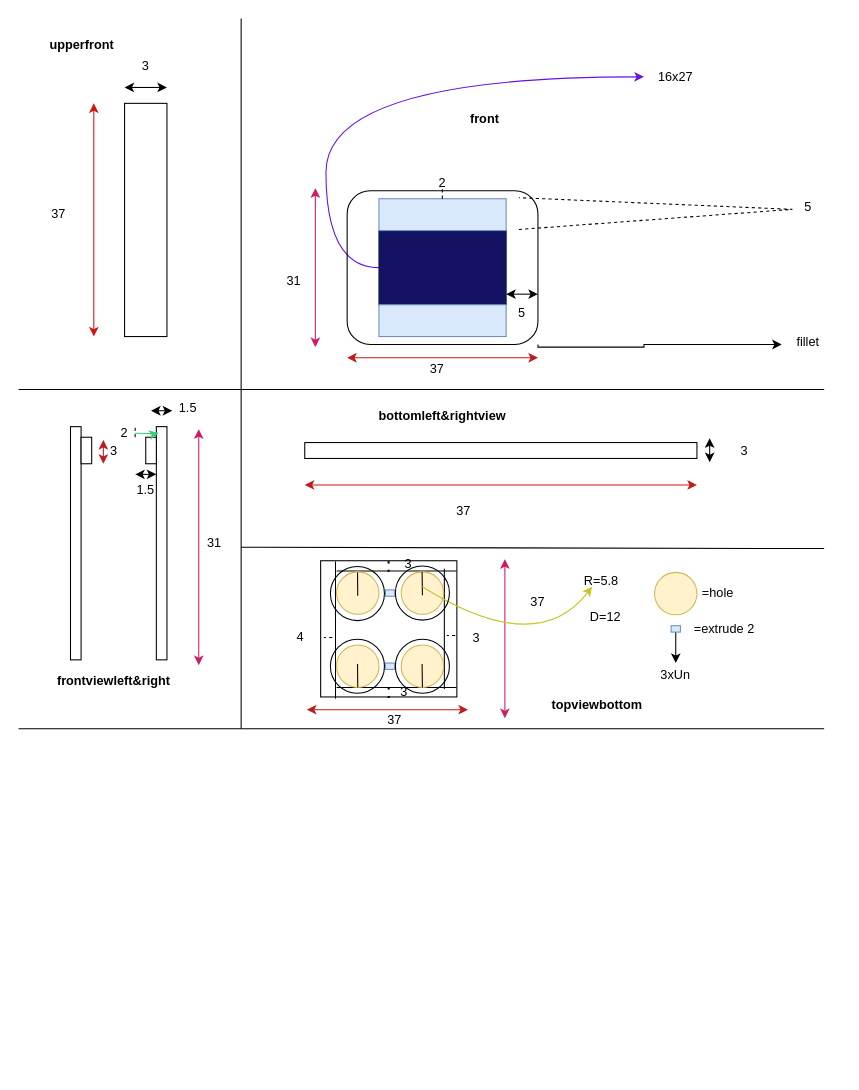
Before: outer design.drawio in ovishak777/Epoxy, a draw.io diagram. Source tidied: cells renumbered, new cells numbered last; positions are measured from the earlier drawing's top-left corner, leaving out a move shared by most shapes. Both pictures are drawn from the tidied source at 106%, with x=0, y=0 at pixel (18, 18).
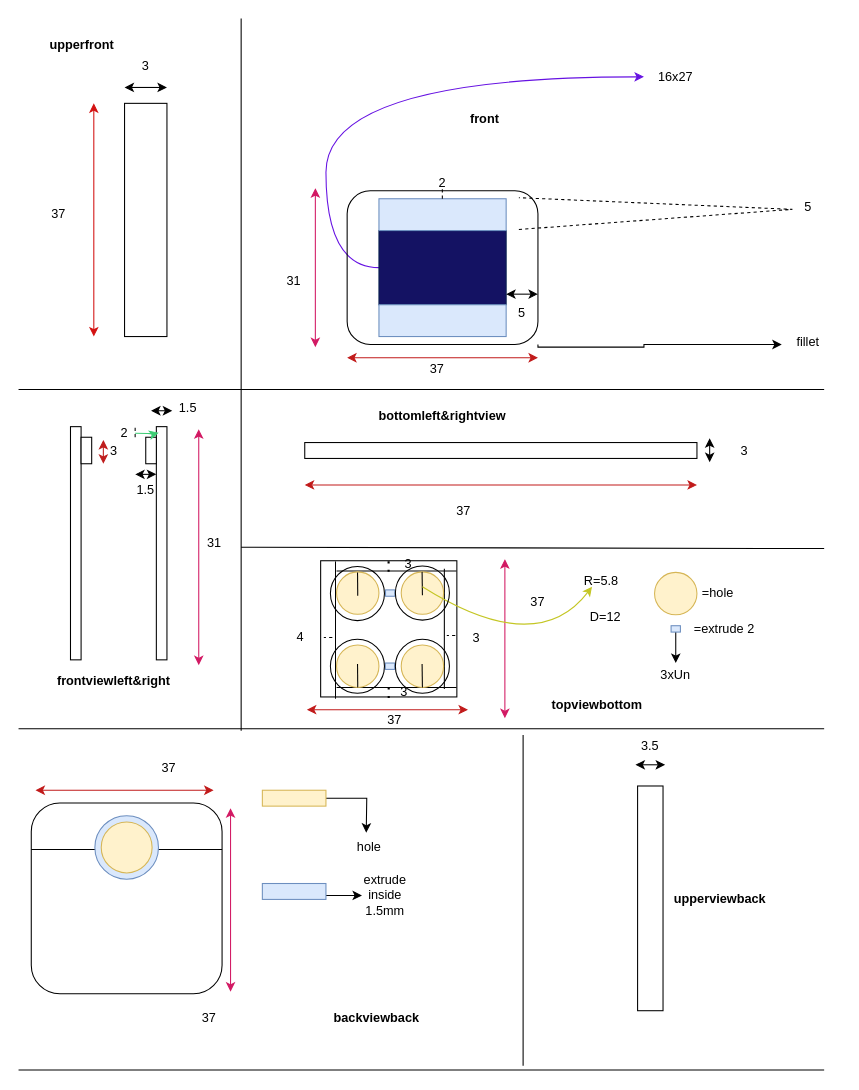
The same page after the edit.

The edit, as a diff of the source:
```diff
@@
     <mxCell id="22" style="endArrow=none;html=1;rounded=0;" parent="1" edge="1">
       <mxGeometry relative="1" as="geometry">
-        <mxPoint x="210" y="670" as="sourcePoint" />
+        <mxPoint x="210" y="672" as="sourcePoint" />
         <mxPoint x="210" as="targetPoint" />
       </mxGeometry>
     </mxCell>
@@
+    <mxCell id="94" style="endArrow=none;html=1;rounded=0;" parent="1" edge="1">
+      <mxGeometry relative="1" as="geometry">
+        <mxPoint y="992" as="sourcePoint" />
+        <mxPoint x="760" y="992" as="targetPoint" />
+      </mxGeometry>
+    </mxCell>
+    <mxCell id="95" style="whiteSpace=wrap;html=1;rounded=1;" parent="1" vertex="1">
+      <mxGeometry x="12" y="740" width="180" height="180" as="geometry" />
+    </mxCell>
+    <mxCell id="96" style="endArrow=classic;startArrow=classic;html=1;rounded=0;strokeColor=light-dark(#d21963, #ededed);" parent="1" edge="1">
+      <mxGeometry relative="1" as="geometry">
+        <mxPoint x="200" y="918" as="sourcePoint" />
+        <mxPoint x="200" y="745" as="targetPoint" />
+      </mxGeometry>
+    </mxCell>
+    <mxCell id="97" style="endArrow=classic;startArrow=classic;html=1;rounded=0;strokeColor=light-dark(#c11a1a, #ededed);" parent="1" edge="1">
+      <mxGeometry relative="1" as="geometry">
+        <mxPoint x="16" y="728" as="sourcePoint" />
+        <mxPoint x="184" y="728" as="targetPoint" />
+      </mxGeometry>
+    </mxCell>
+    <mxCell id="98" value="37" style="text;html=1;whiteSpace=wrap;strokeColor=none;fillColor=none;align=center;verticalAlign=middle;rounded=0;" parent="1" vertex="1">
+      <mxGeometry x="112" y="692" width="60" height="30" as="geometry" />
+    </mxCell>
+    <mxCell id="99" value="37" style="text;html=1;whiteSpace=wrap;strokeColor=none;fillColor=none;align=center;verticalAlign=middle;rounded=0;" parent="1" vertex="1">
+      <mxGeometry x="150" y="928" width="60" height="30" as="geometry" />
+    </mxCell>
+    <mxCell id="100" style="endArrow=none;html=1;rounded=0;exitX=0;exitY=0.25;exitDx=0;exitDy=0;entryX=1;entryY=0.25;entryDx=0;entryDy=0;" parent="1" edge="1">
+      <mxGeometry relative="1" as="geometry">
+        <mxPoint x="12" y="784" as="sourcePoint" />
+        <mxPoint x="192" y="784" as="targetPoint" />
+      </mxGeometry>
+    </mxCell>
+    <mxCell id="101" style="ellipse;whiteSpace=wrap;html=1;shapeInside=1;fillColor=#dae8fc;strokeColor=#6c8ebf;" parent="1" vertex="1">
+      <mxGeometry x="72" y="752" width="60" height="60" as="geometry" />
+    </mxCell>
+    <mxCell id="102" style="ellipse;whiteSpace=wrap;html=1;shapeInside=1;fillColor=#fff2cc;strokeColor=#d6b656;" parent="1" vertex="1">
+      <mxGeometry x="78" y="758" width="48" height="48" as="geometry" />
+    </mxCell>
+    <mxCell id="103" style="edgeStyle=orthogonalEdgeStyle;rounded=0;jettySize=auto;html=1;exitX=1;exitY=0.5;exitDx=0;exitDy=0;" parent="1" edge="1" source="104">
+      <mxGeometry relative="1" as="geometry">
+        <mxPoint x="328" y="768" as="targetPoint" />
+      </mxGeometry>
+    </mxCell>
+    <mxCell id="104" style="rounded=0;whiteSpace=wrap;html=1;fillColor=#fff2cc;strokeColor=#d6b656;" parent="1" vertex="1">
+      <mxGeometry x="230" y="728" width="60" height="15" as="geometry" />
+    </mxCell>
+    <mxCell id="105" style="edgeStyle=orthogonalEdgeStyle;rounded=0;jettySize=auto;html=1;exitX=1;exitY=0.75;exitDx=0;exitDy=0;" parent="1" edge="1" source="106">
+      <mxGeometry relative="1" as="geometry">
+        <mxPoint x="324" y="827.8" as="targetPoint" />
+      </mxGeometry>
+    </mxCell>
+    <mxCell id="106" style="rounded=0;whiteSpace=wrap;html=1;fillColor=#dae8fc;strokeColor=#6c8ebf;" parent="1" vertex="1">
+      <mxGeometry x="230" y="816" width="60" height="15" as="geometry" />
+    </mxCell>
+    <mxCell id="107" value="hole" style="text;html=1;whiteSpace=wrap;strokeColor=none;fillColor=none;align=center;verticalAlign=middle;rounded=0;" parent="1" vertex="1">
+      <mxGeometry x="301" y="767" width="60" height="30" as="geometry" />
+    </mxCell>
+    <mxCell id="108" value="extrude inside 1.5mm" style="text;html=1;whiteSpace=wrap;strokeColor=none;fillColor=none;align=center;verticalAlign=middle;rounded=0;" parent="1" vertex="1">
+      <mxGeometry x="316" y="812" width="60" height="30" as="geometry" />
+    </mxCell>
+    <mxCell id="109" style="endArrow=none;html=1;rounded=0;" parent="1" edge="1">
+      <mxGeometry relative="1" as="geometry">
+        <mxPoint x="476" y="988" as="sourcePoint" />
+        <mxPoint x="476" y="676" as="targetPoint" />
+      </mxGeometry>
+    </mxCell>
+    <mxCell id="110" style="rounded=0;whiteSpace=wrap;html=1;" parent="1" vertex="1">
+      <mxGeometry x="584" y="724" width="24" height="212" as="geometry" />
+    </mxCell>
+    <mxCell id="111" style="endArrow=classic;startArrow=classic;html=1;rounded=0;" parent="1" edge="1">
+      <mxGeometry relative="1" as="geometry">
+        <mxPoint x="582" y="704" as="sourcePoint" />
+        <mxPoint x="610" y="704" as="targetPoint" />
+      </mxGeometry>
+    </mxCell>
+    <mxCell id="112" value="3.5" style="text;html=1;whiteSpace=wrap;strokeColor=none;fillColor=none;align=center;verticalAlign=middle;rounded=0;" parent="1" vertex="1">
+      <mxGeometry x="566" y="672" width="60" height="30" as="geometry" />
+    </mxCell>
+    <mxCell id="113" value="&lt;b&gt;backviewback&lt;/b&gt;" style="text;html=1;whiteSpace=wrap;strokeColor=none;fillColor=none;align=center;verticalAlign=middle;rounded=0;" parent="1" vertex="1">
+      <mxGeometry x="308" y="928" width="60" height="30" as="geometry" />
+    </mxCell>
+    <mxCell id="114" value="&lt;b&gt;upperviewback&lt;/b&gt;" style="text;html=1;whiteSpace=wrap;strokeColor=none;fillColor=none;align=center;verticalAlign=middle;rounded=0;" parent="1" vertex="1">
+      <mxGeometry x="632" y="816" width="60" height="30" as="geometry" />
+    </mxCell>
```
